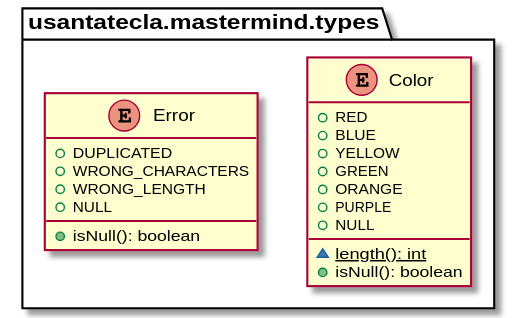
Above: modelViewPresenter/presentationModel/withComposite/docs/diagrams/out/paquetes/usantatecla.mastermind.types.svg in SantaTecla-mastermind/solution.java.swing.socket.sql (PlantUML), before the change. The source it was exported from:
```plantuml
@startuml
enum usantatecla.mastermind.types.Color {
    + RED
    + BLUE
    + YELLOW
    + GREEN
    + ORANGE
    + PURPLE
    + NULL
    ~ {static} length(): int
    + isNull(): boolean
}

enum usantatecla.mastermind.types.Error {
    + DUPLICATED
    + WRONG_CHARACTERS
    + WRONG_LENGTH
    + NULL
    + isNull(): boolean
}
@enduml
```
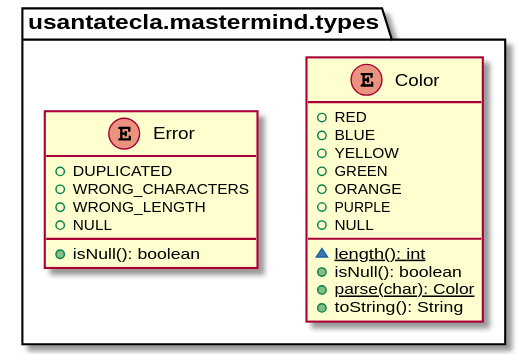
After the change.

Commit message:
[mvp.pm.withComposite] Changed diagrams to match with Memento changes

What changed in the source:
```diff
@@ -9,6 +9,8 @@
     + NULL
     ~ {static} length(): int
     + isNull(): boolean
+    + {static} parse(char): Color
+    + toString(): String
 }
 
 enum usantatecla.mastermind.types.Error {
```
